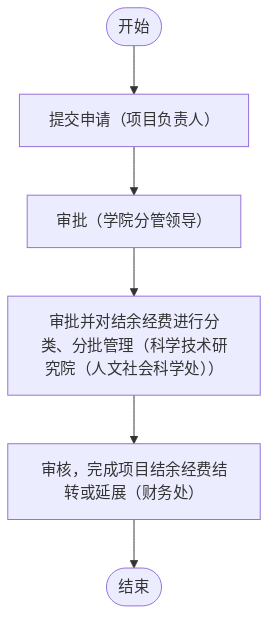
The Mermaid diagram outline2flow/flow_outputs/page_68.png in AmyIvan/work1, before a commit. Its source is kept beside it as outline2flow/mmd_outputs/page_68.mmd.
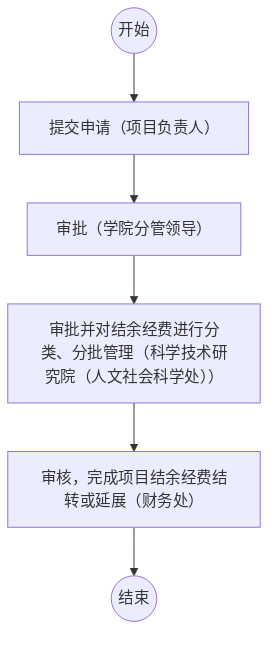
After the change.

What changed in the source:
```diff
@@ -1,6 +1,6 @@
 flowchart TD
-    Start(["开始"]) --> A[提交申请（项目负责人）]
+    Start((开始)) --> A[提交申请（项目负责人）]
     A --> B[审批（学院分管领导）]
     B --> C[审批并对结余经费进行分类、分批管理（科学技术研究院（人文社会科学处））]
     C --> D[审核，完成项目结余经费结转或延展（财务处）]
-    D --> End(["结束"])
+    D --> End((结束))
```
